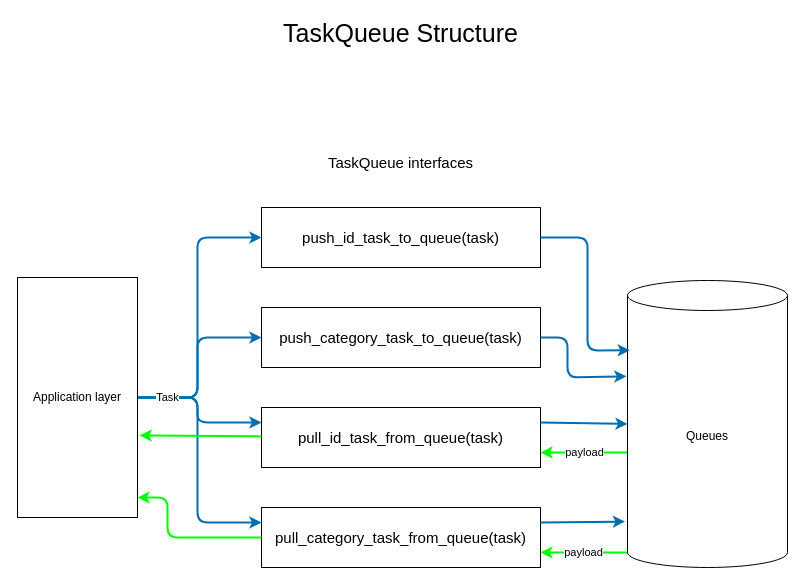
NGDeveloper125/NGTQ_BusService keeps this draw.io diagram as page "Page-2" (2 of 2) of Docs/BusStructure.drawio. Above is the earlier version. Source tidied: cells renumbered, new cells numbered last; positions are measured from the earlier drawing's top-left corner, leaving out a move shared by most shapes. Both pictures are drawn from the tidied source at 100%, with x=0, y=0 at pixel (17, 17).
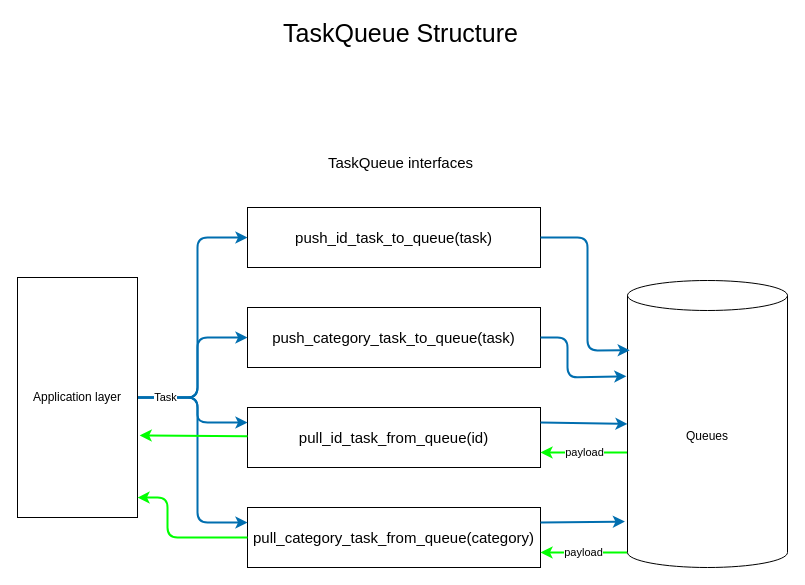
The same page after the edit.

Commit message (it also covers changes not shown here):
add pull_id_task method to TaskQueue

The edit, as a diff of the source:
```diff
@@
     <mxCell id="4" value="push_id_task_to_queue(task)" style="rounded=0;whiteSpace=wrap;html=1;fontSize=15;" parent="1" vertex="1">
-      <mxGeometry x="244" y="190" width="279" height="60" as="geometry" />
+      <mxGeometry x="230" y="190" width="293" height="60" as="geometry" />
     </mxCell>
     <mxCell id="5" value="push_category_task_to_queue(task)" style="rounded=0;whiteSpace=wrap;html=1;fontSize=15;" parent="1" vertex="1">
-      <mxGeometry x="244" y="290" width="279" height="60" as="geometry" />
+      <mxGeometry x="230" y="290" width="293" height="60" as="geometry" />
     </mxCell>
-    <mxCell id="6" value="pull_id_task_from_queue(task)" style="rounded=0;whiteSpace=wrap;html=1;fontSize=15;" parent="1" vertex="1">
-      <mxGeometry x="244" y="390" width="279" height="60" as="geometry" />
+    <mxCell id="6" value="pull_id_task_from_queue(id)" style="rounded=0;whiteSpace=wrap;html=1;fontSize=15;" parent="1" vertex="1">
+      <mxGeometry x="230" y="390" width="293" height="60" as="geometry" />
     </mxCell>
-    <mxCell id="7" value="pull_category_task_from_queue(task)" style="rounded=0;whiteSpace=wrap;html=1;fontSize=15;" parent="1" vertex="1">
-      <mxGeometry x="244" y="490" width="279" height="60" as="geometry" />
+    <mxCell id="7" value="pull_category_task_from_queue(category)" style="rounded=0;whiteSpace=wrap;html=1;fontSize=15;" parent="1" vertex="1">
+      <mxGeometry x="230" y="490" width="293" height="60" as="geometry" />
     </mxCell>
```
